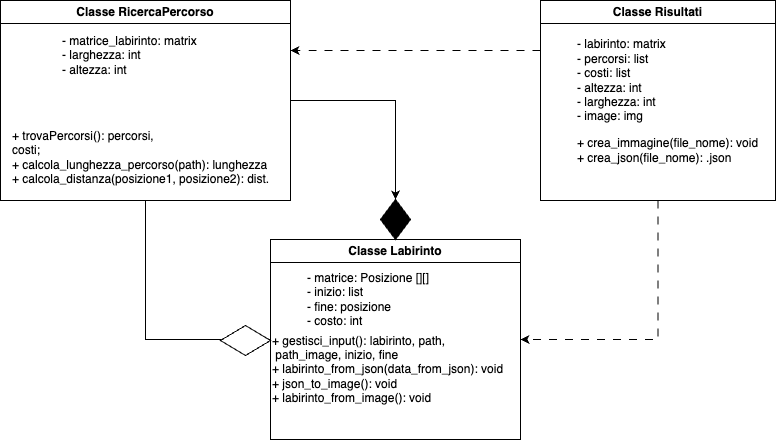
This is labyrinth_UML.drawio.png from e-caliano/Labirinth2023, a draw.io export, as it was before one commit. Source tidied: cells renumbered, new cells last; positions are measured from the earlier drawing's top-left corner, leaving out a move shared by most shapes.
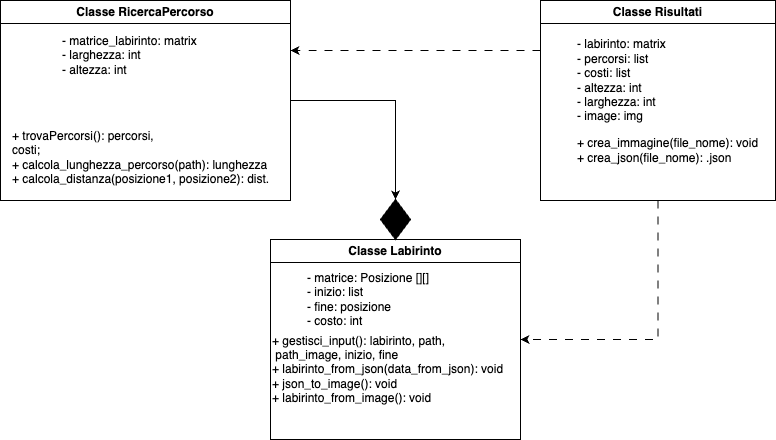
After the commit.

Change to the diagram source:
```diff
@@ -11,9 +11,6 @@
     <mxCell id="4" value="+ gestisci_input(): labirinto, path,&lt;br&gt;&amp;nbsp;path_image, inizio, fine&amp;nbsp;&lt;br style=&quot;border-color: var(--border-color);&quot;&gt;+ labirinto_from_json(data_from_json): void&lt;br&gt;+ json_to_image(): void&lt;br&gt;+ labirinto_from_image(): void" style="text;html=1;align=left;verticalAlign=middle;strokeColor=none;fillColor=none;" parent="2" vertex="1">
       <mxGeometry y="85" width="250" height="90" as="geometry" />
     </mxCell>
-    <mxCell id="5" style="edgeStyle=orthogonalEdgeStyle;rounded=0;jettySize=auto;html=1;exitX=0.5;exitY=1;exitDx=0;exitDy=0;entryX=0;entryY=0.5;entryDx=0;entryDy=0;" parent="1" edge="1" source="7" target="2">
-      <mxGeometry relative="1" as="geometry" />
-    </mxCell>
     <mxCell id="6" style="edgeStyle=orthogonalEdgeStyle;rounded=0;jettySize=auto;html=1;exitX=1;exitY=0.5;exitDx=0;exitDy=0;entryX=0.5;entryY=0;entryDx=0;entryDy=0;" parent="1" edge="1" source="17" target="2">
       <mxGeometry relative="1" as="geometry" />
     </mxCell>
@@ -41,9 +38,6 @@
     <mxCell id="14" value="+ crea_immagine(file_nome): void&lt;br&gt;+ crea_json(file_nome): .json" style="text;html=1;align=left;verticalAlign=middle;strokeColor=none;fillColor=none;" parent="12" vertex="1">
       <mxGeometry x="35" y="130" width="200" height="40" as="geometry" />
     </mxCell>
-    <mxCell id="15" style="rhombus;whiteSpace=wrap;html=1;rotation=90;" parent="1" vertex="1">
-      <mxGeometry x="230" y="315" width="30" height="50" as="geometry" />
-    </mxCell>
     <mxCell id="16" style="edgeStyle=orthogonalEdgeStyle;rounded=0;jettySize=auto;html=1;exitX=1;exitY=0.5;exitDx=0;exitDy=0;entryX=0.5;entryY=0;entryDx=0;entryDy=0;" parent="1" edge="1" source="7" target="17">
       <mxGeometry relative="1" as="geometry" />
     </mxCell>
```
